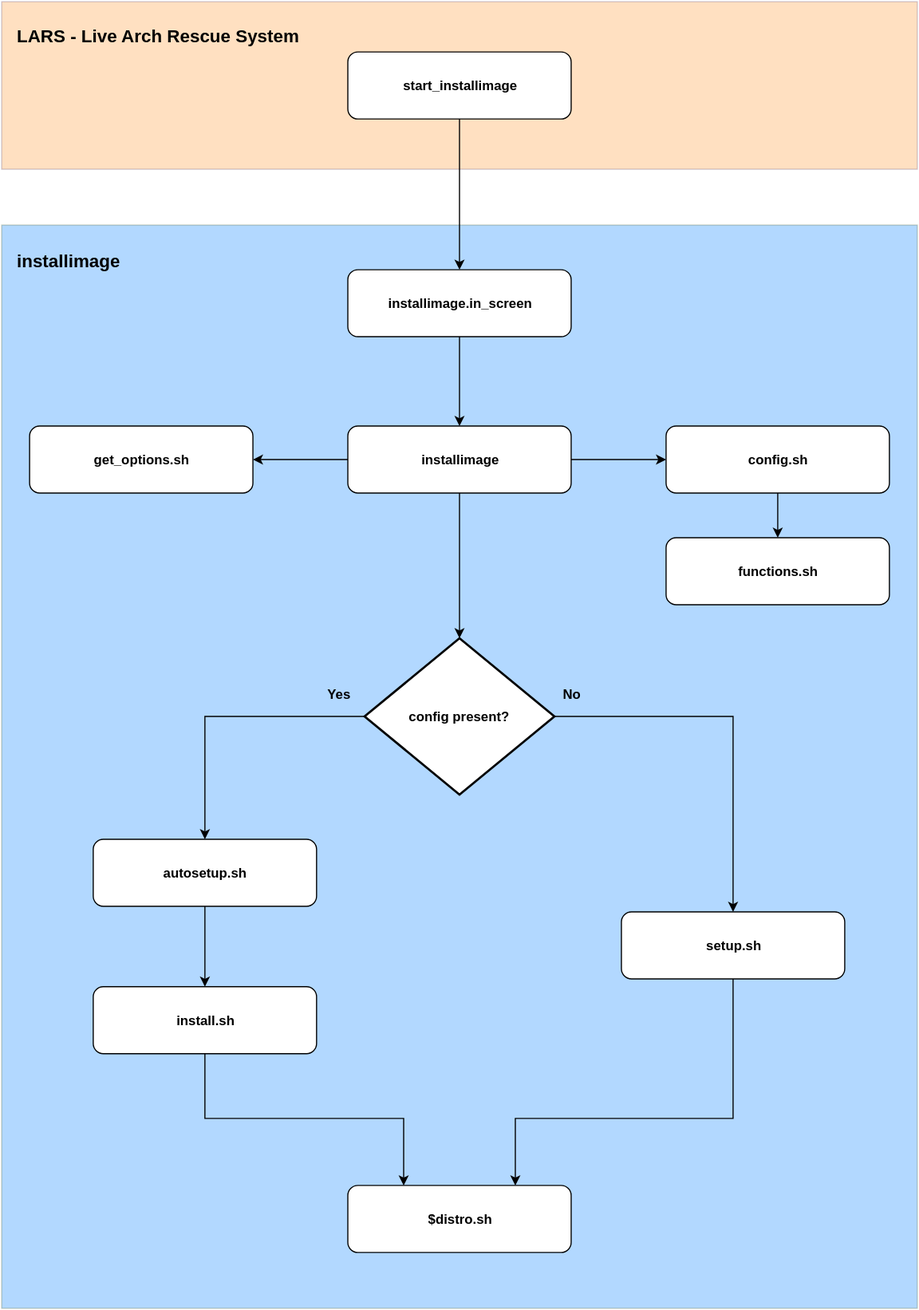
virtapi/installimage keeps this draw.io diagram as installimage-workflow.svg. Above is the earlier version. Source tidied: cells renumbered, new cells last; positions are measured from the earlier drawing's top-left corner, leaving out a move shared by most shapes.
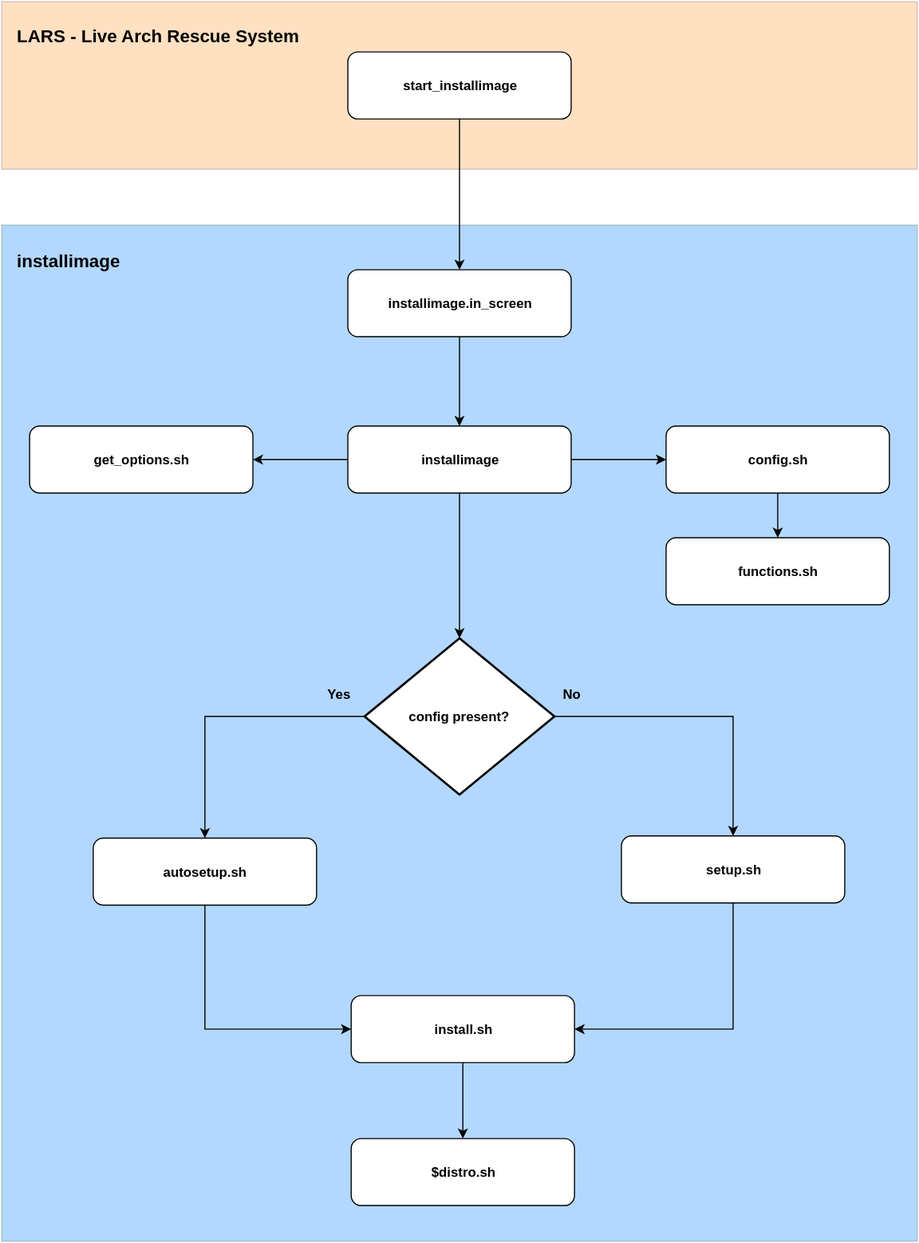
After the change.

Commit message:
fix workflow chart

Change to the diagram source:
```diff
@@ -12,7 +12,7 @@
       <mxGeometry x="310" y="45" width="200" height="60" as="geometry" />
     </mxCell>
     <mxCell id="5" style="whiteSpace=wrap;html=1;plain-green;gradientColor=none;fillColor=#007FFF;strokeColor=#4C693C;opacity=30;" parent="1" vertex="1">
-      <mxGeometry y="200" width="820" height="970" as="geometry" />
+      <mxGeometry y="200" width="820" height="910" as="geometry" />
     </mxCell>
     <mxCell id="6" style="edgeStyle=orthogonalEdgeStyle;rounded=0;html=1;exitX=0.5;exitY=1;jettySize=auto;" parent="1" edge="1" source="7" target="12">
       <mxGeometry relative="1" as="geometry" />
@@ -47,16 +47,15 @@
     <mxCell id="16" value="&lt;b&gt;get_options.sh&lt;/b&gt;" style="rounded=1;whiteSpace=wrap;html=1;" parent="1" vertex="1">
       <mxGeometry x="25" y="380" width="200" height="60" as="geometry" />
     </mxCell>
-    <mxCell id="17" style="edgeStyle=orthogonalEdgeStyle;rounded=0;html=1;exitX=0.5;exitY=1;entryX=0.75;entryY=0;jettySize=auto;" parent="1" edge="1" source="18" target="26">
+    <mxCell id="17" style="edgeStyle=orthogonalEdgeStyle;rounded=0;html=1;exitX=0.5;exitY=1;entryX=1;entryY=0.5;jettySize=auto;" parent="1" edge="1" source="18" target="25">
       <mxGeometry relative="1" as="geometry">
         <Array as="points">
-          <mxPoint x="655" y="1000" />
-          <mxPoint x="460" y="1000" />
+          <mxPoint x="655" y="920" />
         </Array>
       </mxGeometry>
     </mxCell>
     <mxCell id="18" value="&lt;b&gt;setup.sh&lt;/b&gt;" style="rounded=1;whiteSpace=wrap;html=1;" parent="1" vertex="1">
-      <mxGeometry x="555" y="815" width="200" height="60" as="geometry" />
+      <mxGeometry x="555" y="747" width="200" height="60" as="geometry" />
     </mxCell>
     <mxCell id="19" style="edgeStyle=orthogonalEdgeStyle;rounded=0;html=1;exitX=0;exitY=0.5;exitPerimeter=0;entryX=0.5;entryY=0;jettySize=auto;" parent="1" edge="1" source="21" target="23">
       <mxGeometry relative="1" as="geometry">
@@ -75,25 +74,24 @@
     <mxCell id="21" value="&lt;b&gt;config present?&lt;/b&gt;" style="strokeWidth=2;html=1;shape=mxgraph.flowchart.decision;whiteSpace=wrap;" parent="1" vertex="1">
       <mxGeometry x="325" y="570" width="170" height="140" as="geometry" />
     </mxCell>
-    <mxCell id="22" style="edgeStyle=orthogonalEdgeStyle;rounded=0;html=1;exitX=0.5;exitY=1;jettySize=auto;entryX=0.5;entryY=0;" parent="1" edge="1" source="23" target="25">
-      <mxGeometry relative="1" as="geometry" />
+    <mxCell id="22" style="edgeStyle=orthogonalEdgeStyle;rounded=0;html=1;exitX=0.5;exitY=1;jettySize=auto;entryX=0;entryY=0.5;" parent="1" edge="1" source="23" target="25">
+      <mxGeometry relative="1" as="geometry">
+        <Array as="points">
+          <mxPoint x="182" y="920" />
+        </Array>
+      </mxGeometry>
     </mxCell>
     <mxCell id="23" value="&lt;b&gt;autosetup.sh&lt;/b&gt;" style="rounded=1;whiteSpace=wrap;html=1;" parent="1" vertex="1">
-      <mxGeometry x="82" y="750" width="200" height="60" as="geometry" />
+      <mxGeometry x="82" y="749" width="200" height="60" as="geometry" />
     </mxCell>
-    <mxCell id="24" style="edgeStyle=orthogonalEdgeStyle;rounded=0;html=1;exitX=0.5;exitY=1;entryX=0.25;entryY=0;jettySize=auto;" parent="1" edge="1" source="25" target="26">
-      <mxGeometry relative="1" as="geometry">
-        <Array as="points">
-          <mxPoint x="182" y="1000" />
-          <mxPoint x="360" y="1000" />
-        </Array>
-      </mxGeometry>
+    <mxCell id="24" style="edgeStyle=orthogonalEdgeStyle;rounded=0;html=1;exitX=0.5;exitY=1;jettySize=auto;entryX=0.5;entryY=0;" parent="1" edge="1" source="25" target="26">
+      <mxGeometry relative="1" as="geometry" />
     </mxCell>
     <mxCell id="25" value="&lt;b&gt;install.sh&lt;/b&gt;" style="rounded=1;whiteSpace=wrap;html=1;" parent="1" vertex="1">
-      <mxGeometry x="82" y="882" width="200" height="60" as="geometry" />
+      <mxGeometry x="313" y="890" width="200" height="60" as="geometry" />
     </mxCell>
     <mxCell id="26" value="&lt;b&gt;$distro.sh&lt;/b&gt;" style="rounded=1;whiteSpace=wrap;html=1;" parent="1" vertex="1">
-      <mxGeometry x="310" y="1060" width="200" height="60" as="geometry" />
+      <mxGeometry x="313" y="1018" width="200" height="60" as="geometry" />
     </mxCell>
     <mxCell id="27" style="edgeStyle=orthogonalEdgeStyle;rounded=0;html=1;exitX=0.5;exitY=1;entryX=0.5;entryY=0;jettySize=auto;" parent="1" edge="1" source="4" target="7">
       <mxGeometry relative="1" as="geometry" />
```
